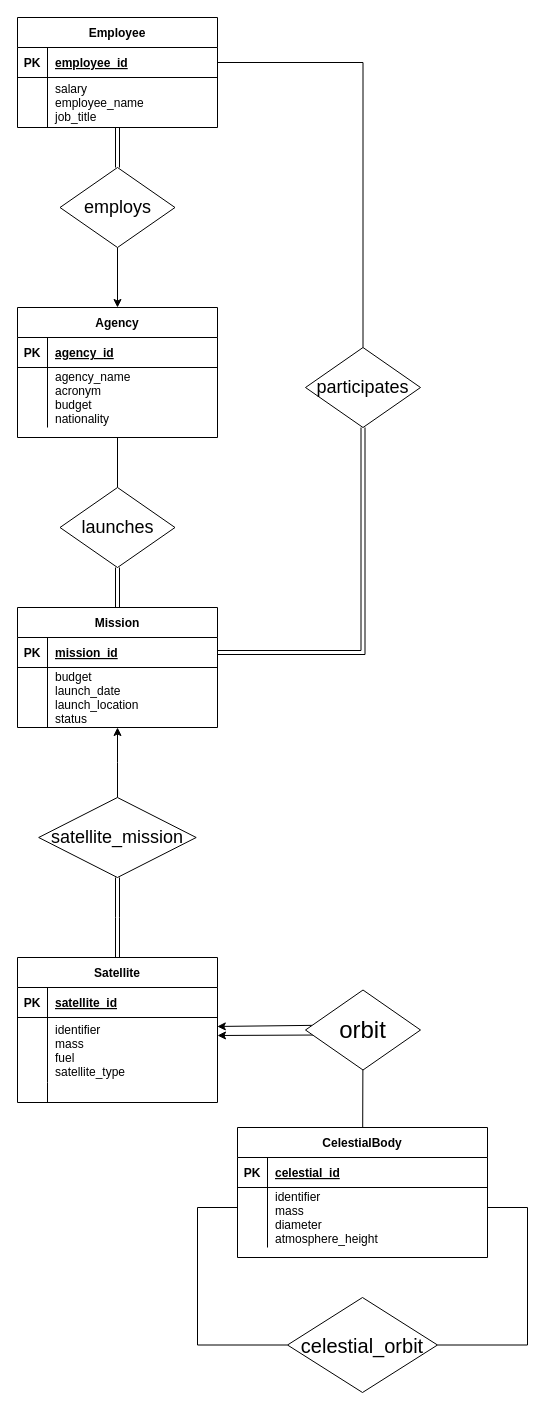
The draw.io diagram conceptual_design.drawio in tacecapSx/satellite-database, before the edit. Source tidied: cells renumbered, new cells numbered last; positions are measured from the earlier drawing's top-left corner, leaving out a move shared by most shapes. Both pictures are drawn from the tidied source at 100%, with x=0, y=0 at pixel (17, 17).
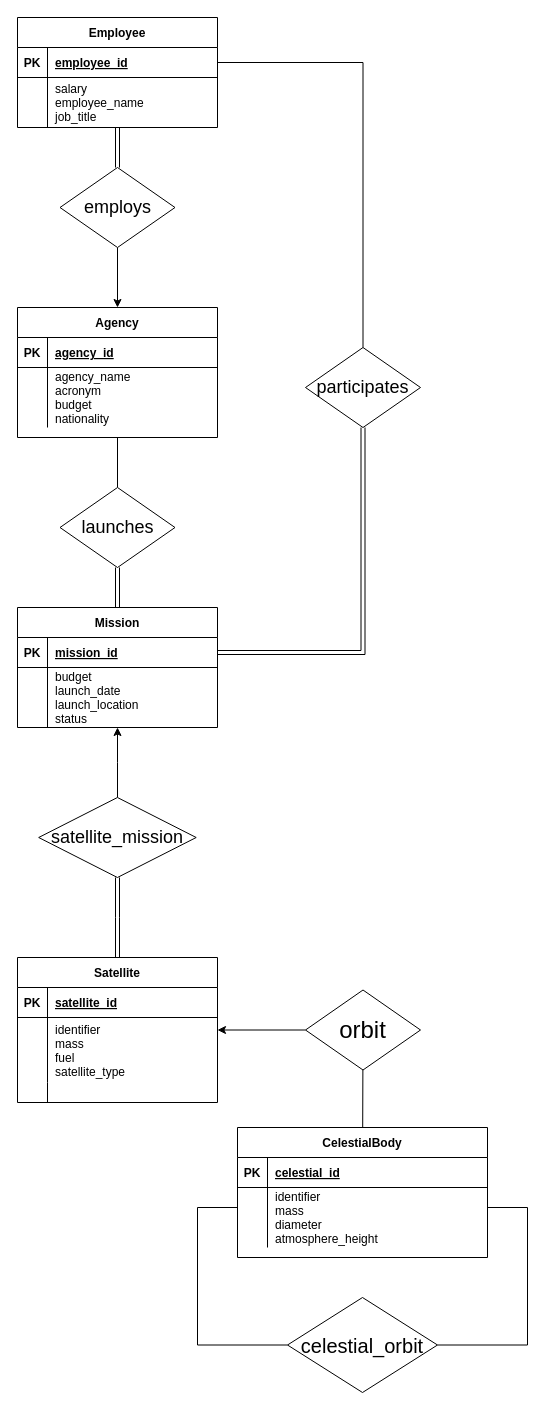
The same diagram, later.

Commit message:
fixed orbit relation in conceptual diagram

Unchanged cells that the change refers to:
```xml
<mxCell id="3" value="Satellite" style="shape=table;startSize=30;childLayout=tableLayout;rowLines=0;fontStyle=1;align=center;" parent="1" vertex="1">
  <mxGeometry y="940" width="200" height="145" as="geometry" />
</mxCell>
<mxCell id="7" style="shape=partialRectangle;fillColor=none;points=[[0,0.5],[1,0.5]];portConstraint=eastwest;top=0;left=0;right=0;bottom=0;" parent="3" vertex="1">
  <mxGeometry y="60" width="200" height="65" as="geometry" />
</mxCell>
<mxCell id="41" value="&lt;font style=&quot;font-size: 24px;&quot;&gt;orbit&lt;/font&gt;" style="rhombus;whiteSpace=wrap;html=1;" parent="1" vertex="1">
  <mxGeometry x="288" y="972.5" width="115" height="80" as="geometry" />
</mxCell>
```

The edit, as a diff of the source:
```diff
@@
-    <mxCell id="39" style="rounded=0;jettySize=auto;html=1;exitX=0.066;exitY=0.563;exitDx=0;exitDy=0;exitPerimeter=0;" parent="1" edge="1" source="41">
-      <mxGeometry relative="1" as="geometry">
-        <mxPoint x="200" y="1018" as="targetPoint" />
-      </mxGeometry>
-    </mxCell>
-    <mxCell id="40" style="rounded=0;jettySize=auto;html=1;exitX=0.06;exitY=0.442;exitDx=0;exitDy=0;exitPerimeter=0;entryX=0.999;entryY=0.138;entryDx=0;entryDy=0;entryPerimeter=0;" parent="1" edge="1" source="41" target="7">
-      <mxGeometry relative="1" as="geometry" />
-    </mxCell>
+    <mxCell id="59" style="edgeStyle=orthogonalEdgeStyle;rounded=0;jettySize=auto;html=1;" parent="1" edge="1" source="41" target="3">
+      <mxGeometry relative="1" as="geometry" />
+    </mxCell>
```
